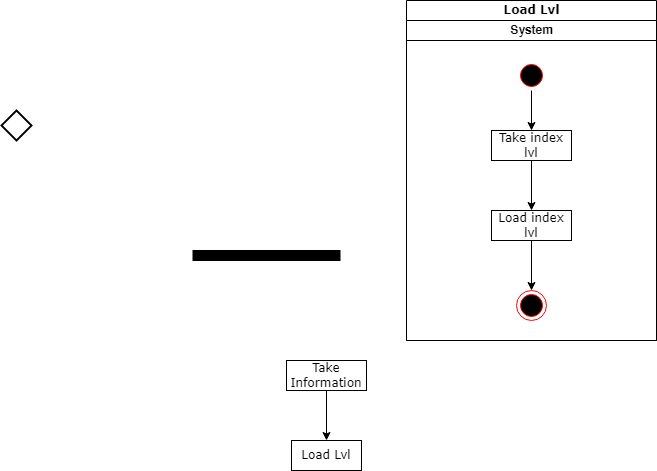
Earlier version of the draw.io export Load Lvl.drawio.png (johannfac/A-Lone-Burglar). Source tidied: cells renumbered, new cells last; positions are measured from the earlier drawing's top-left corner, leaving out a move shared by most shapes. The source it was exported from:
```xml
<mxGraphModel>
  <root>
    <mxCell id="0" />
    <mxCell id="1" parent="0" />
    <mxCell id="2" value="Load Lvl" style="swimlane;html=1;startSize=20;rounded=0;shadow=0;comic=0;labelBackgroundColor=none;strokeWidth=1;fontFamily=Verdana;fontSize=12;align=center;" parent="1" vertex="1">
      <mxGeometry x="405" width="250" height="340" as="geometry" />
    </mxCell>
    <mxCell id="3" value="System" style="swimlane;html=1;startSize=20;" parent="2" vertex="1">
      <mxGeometry y="20" width="250" height="320" as="geometry" />
    </mxCell>
    <mxCell id="4" style="edgeStyle=orthogonalEdgeStyle;rounded=0;jettySize=auto;html=1;exitX=0.5;exitY=1;exitDx=0;exitDy=0;entryX=0.5;entryY=0;entryDx=0;entryDy=0;" parent="3" edge="1" source="5" target="7">
      <mxGeometry relative="1" as="geometry" />
    </mxCell>
    <mxCell id="5" style="ellipse;html=1;shape=startState;fillColor=#000000;strokeColor=#ff0000;" parent="3" vertex="1">
      <mxGeometry x="110" y="40" width="30" height="30" as="geometry" />
    </mxCell>
    <mxCell id="6" style="edgeStyle=orthogonalEdgeStyle;rounded=0;jettySize=auto;html=1;exitX=0.5;exitY=1;exitDx=0;exitDy=0;entryX=0.5;entryY=0;entryDx=0;entryDy=0;" parent="3" edge="1" source="7" target="9">
      <mxGeometry relative="1" as="geometry" />
    </mxCell>
    <mxCell id="7" value="Take index lvl" style="rounded=0;whiteSpace=wrap;html=1;shadow=0;comic=0;labelBackgroundColor=none;strokeWidth=1;fontFamily=Verdana;fontSize=12;align=center;arcSize=50;" parent="3" vertex="1">
      <mxGeometry x="85" y="110" width="80" height="30" as="geometry" />
    </mxCell>
    <mxCell id="8" style="edgeStyle=orthogonalEdgeStyle;rounded=0;jettySize=auto;html=1;exitX=0.5;exitY=1;exitDx=0;exitDy=0;entryX=0.5;entryY=0;entryDx=0;entryDy=0;" parent="3" edge="1" source="9" target="10">
      <mxGeometry relative="1" as="geometry" />
    </mxCell>
    <mxCell id="9" value="Load index lvl" style="rounded=0;whiteSpace=wrap;html=1;shadow=0;comic=0;labelBackgroundColor=none;strokeWidth=1;fontFamily=Verdana;fontSize=12;align=center;arcSize=50;" parent="3" vertex="1">
      <mxGeometry x="85" y="190" width="80" height="30" as="geometry" />
    </mxCell>
    <mxCell id="10" style="ellipse;html=1;shape=endState;fillColor=#000000;strokeColor=#ff0000;" parent="3" vertex="1">
      <mxGeometry x="110" y="270" width="30" height="30" as="geometry" />
    </mxCell>
    <mxCell id="11" style="edgeStyle=orthogonalEdgeStyle;rounded=0;jettySize=auto;html=1;exitX=0.5;exitY=1;exitDx=0;exitDy=0;entryX=0.5;entryY=0;entryDx=0;entryDy=0;" parent="1" edge="1" source="12" target="13">
      <mxGeometry relative="1" as="geometry" />
    </mxCell>
    <mxCell id="12" value="Take Information" style="rounded=0;whiteSpace=wrap;html=1;shadow=0;comic=0;labelBackgroundColor=none;strokeWidth=1;fontFamily=Verdana;fontSize=12;align=center;arcSize=50;" parent="1" vertex="1">
      <mxGeometry x="285" y="360" width="80" height="30" as="geometry" />
    </mxCell>
    <mxCell id="13" value="Load Lvl" style="rounded=0;whiteSpace=wrap;html=1;shadow=0;comic=0;labelBackgroundColor=none;strokeWidth=1;fontFamily=Verdana;fontSize=12;align=center;arcSize=50;" parent="1" vertex="1">
      <mxGeometry x="290" y="440" width="70" height="30" as="geometry" />
    </mxCell>
    <mxCell id="14" style="rhombus;whiteSpace=wrap;html=1;strokeColor=default;strokeWidth=2;fillColor=#FFFFFF;" parent="1" vertex="1">
      <mxGeometry y="110" width="30" height="30" as="geometry" />
    </mxCell>
    <mxCell id="15" style="whiteSpace=wrap;html=1;rounded=0;shadow=0;comic=0;labelBackgroundColor=none;strokeWidth=1;fillColor=#000000;fontFamily=Verdana;fontSize=12;align=center;rotation=0;" parent="1" vertex="1">
      <mxGeometry x="191.5" y="250" width="147" height="10" as="geometry" />
    </mxCell>
  </root>
</mxGraphModel>
```
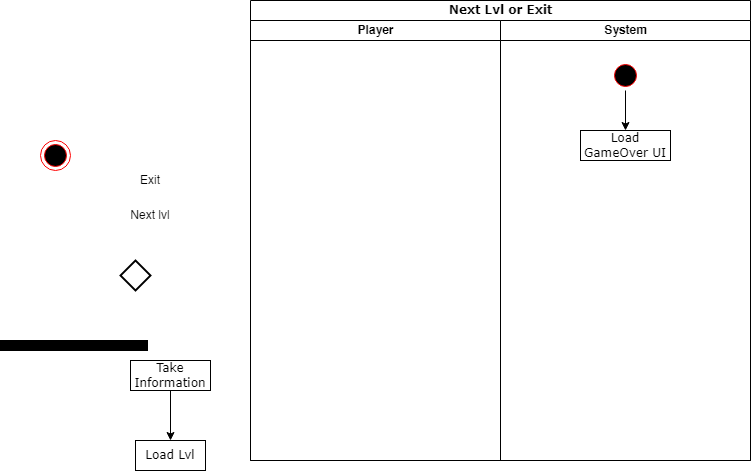
After the commit.

Diff of the diagram source:
```diff
@@ -2,33 +2,27 @@
   <root>
     <mxCell id="0" />
     <mxCell id="1" parent="0" />
-    <mxCell id="2" value="Load Lvl" style="swimlane;html=1;startSize=20;rounded=0;shadow=0;comic=0;labelBackgroundColor=none;strokeWidth=1;fontFamily=Verdana;fontSize=12;align=center;" parent="1" vertex="1">
-      <mxGeometry x="405" width="250" height="340" as="geometry" />
-    </mxCell>
+    <mxCell id="14" style="rhombus;whiteSpace=wrap;html=1;strokeColor=default;strokeWidth=2;fillColor=#FFFFFF;" parent="1" vertex="1">
+      <mxGeometry x="275" y="260" width="30" height="30" as="geometry" />
+    </mxCell>
+    <mxCell id="16" value="Next Lvl or Exit" style="swimlane;html=1;startSize=20;rounded=0;shadow=0;comic=0;labelBackgroundColor=none;strokeWidth=1;fontFamily=Verdana;fontSize=12;align=center;" parent="1" vertex="1">
+      <mxGeometry x="405" width="500" height="460" as="geometry" />
+    </mxCell>
+    <mxCell id="17" value="Player" style="swimlane;html=1;startSize=20;" parent="16" vertex="1">
+      <mxGeometry y="20" width="250" height="440" as="geometry" />
+    </mxCell>
-    <mxCell id="3" value="System" style="swimlane;html=1;startSize=20;" parent="2" vertex="1">
-      <mxGeometry y="20" width="250" height="320" as="geometry" />
+    <mxCell id="3" value="System" style="swimlane;html=1;startSize=20;" parent="16" vertex="1">
+      <mxGeometry x="250" y="20" width="250" height="440" as="geometry" />
     </mxCell>
-    <mxCell id="4" style="edgeStyle=orthogonalEdgeStyle;rounded=0;jettySize=auto;html=1;exitX=0.5;exitY=1;exitDx=0;exitDy=0;entryX=0.5;entryY=0;entryDx=0;entryDy=0;" parent="3" edge="1" source="5" target="7">
-      <mxGeometry relative="1" as="geometry" />
-    </mxCell>
+    <mxCell id="18" style="edgeStyle=orthogonalEdgeStyle;rounded=0;jettySize=auto;html=1;exitX=0.5;exitY=1;exitDx=0;exitDy=0;entryX=0.5;entryY=0;entryDx=0;entryDy=0;" parent="3" edge="1" source="5" target="19">
+      <mxGeometry relative="1" as="geometry" />
+    </mxCell>
     <mxCell id="5" style="ellipse;html=1;shape=startState;fillColor=#000000;strokeColor=#ff0000;" parent="3" vertex="1">
       <mxGeometry x="110" y="40" width="30" height="30" as="geometry" />
     </mxCell>
-    <mxCell id="6" style="edgeStyle=orthogonalEdgeStyle;rounded=0;jettySize=auto;html=1;exitX=0.5;exitY=1;exitDx=0;exitDy=0;entryX=0.5;entryY=0;entryDx=0;entryDy=0;" parent="3" edge="1" source="7" target="9">
-      <mxGeometry relative="1" as="geometry" />
-    </mxCell>
-    <mxCell id="7" value="Take index lvl" style="rounded=0;whiteSpace=wrap;html=1;shadow=0;comic=0;labelBackgroundColor=none;strokeWidth=1;fontFamily=Verdana;fontSize=12;align=center;arcSize=50;" parent="3" vertex="1">
-      <mxGeometry x="85" y="110" width="80" height="30" as="geometry" />
-    </mxCell>
-    <mxCell id="8" style="edgeStyle=orthogonalEdgeStyle;rounded=0;jettySize=auto;html=1;exitX=0.5;exitY=1;exitDx=0;exitDy=0;entryX=0.5;entryY=0;entryDx=0;entryDy=0;" parent="3" edge="1" source="9" target="10">
-      <mxGeometry relative="1" as="geometry" />
-    </mxCell>
-    <mxCell id="9" value="Load index lvl" style="rounded=0;whiteSpace=wrap;html=1;shadow=0;comic=0;labelBackgroundColor=none;strokeWidth=1;fontFamily=Verdana;fontSize=12;align=center;arcSize=50;" parent="3" vertex="1">
-      <mxGeometry x="85" y="190" width="80" height="30" as="geometry" />
-    </mxCell>
-    <mxCell id="10" style="ellipse;html=1;shape=endState;fillColor=#000000;strokeColor=#ff0000;" parent="3" vertex="1">
-      <mxGeometry x="110" y="270" width="30" height="30" as="geometry" />
-    </mxCell>
+    <mxCell id="19" value="Load GameOver UI" style="rounded=0;whiteSpace=wrap;html=1;shadow=0;comic=0;labelBackgroundColor=none;strokeWidth=1;fontFamily=Verdana;fontSize=12;align=center;arcSize=50;" parent="3" vertex="1">
+      <mxGeometry x="80" y="110" width="90" height="30" as="geometry" />
+    </mxCell>
     <mxCell id="11" style="edgeStyle=orthogonalEdgeStyle;rounded=0;jettySize=auto;html=1;exitX=0.5;exitY=1;exitDx=0;exitDy=0;entryX=0.5;entryY=0;entryDx=0;entryDy=0;" parent="1" edge="1" source="12" target="13">
       <mxGeometry relative="1" as="geometry" />
     </mxCell>
@@ -38,11 +32,17 @@
     <mxCell id="13" value="Load Lvl" style="rounded=0;whiteSpace=wrap;html=1;shadow=0;comic=0;labelBackgroundColor=none;strokeWidth=1;fontFamily=Verdana;fontSize=12;align=center;arcSize=50;" parent="1" vertex="1">
       <mxGeometry x="290" y="440" width="70" height="30" as="geometry" />
     </mxCell>
-    <mxCell id="14" style="rhombus;whiteSpace=wrap;html=1;strokeColor=default;strokeWidth=2;fillColor=#FFFFFF;" parent="1" vertex="1">
-      <mxGeometry y="110" width="30" height="30" as="geometry" />
-    </mxCell>
-    <mxCell id="15" style="whiteSpace=wrap;html=1;rounded=0;shadow=0;comic=0;labelBackgroundColor=none;strokeWidth=1;fillColor=#000000;fontFamily=Verdana;fontSize=12;align=center;rotation=0;" parent="1" vertex="1">
-      <mxGeometry x="191.5" y="250" width="147" height="10" as="geometry" />
-    </mxCell>
+    <mxCell id="20" value="Exit" style="text;html=1;strokeColor=none;fillColor=none;align=center;verticalAlign=middle;whiteSpace=wrap;rounded=0;" parent="1" vertex="1">
+      <mxGeometry x="275" y="170" width="60" height="20" as="geometry" />
+    </mxCell>
+    <mxCell id="21" value="Next lvl" style="text;html=1;strokeColor=none;fillColor=none;align=center;verticalAlign=middle;whiteSpace=wrap;rounded=0;" parent="1" vertex="1">
+      <mxGeometry x="275" y="205" width="60" height="20" as="geometry" />
+    </mxCell>
+    <mxCell id="22" style="whiteSpace=wrap;html=1;rounded=0;shadow=0;comic=0;labelBackgroundColor=none;strokeWidth=1;fillColor=#000000;fontFamily=Verdana;fontSize=12;align=center;rotation=0;" parent="1" vertex="1">
+      <mxGeometry x="155" y="340" width="147" height="10" as="geometry" />
+    </mxCell>
+    <mxCell id="23" style="ellipse;html=1;shape=endState;fillColor=#000000;strokeColor=#ff0000;" parent="1" vertex="1">
+      <mxGeometry x="195" y="140" width="30" height="30" as="geometry" />
+    </mxCell>
   </root>
 </mxGraphModel>
```
